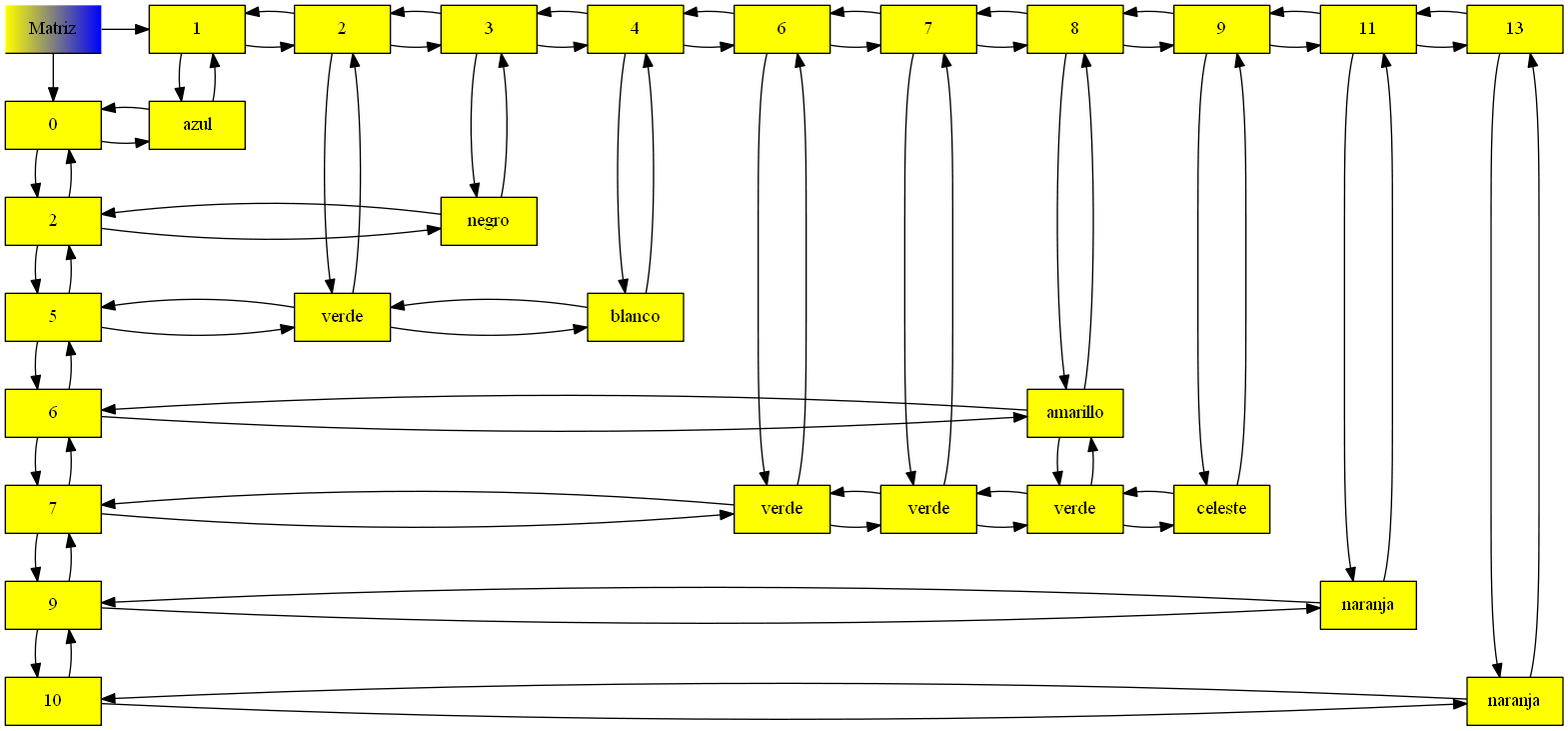
Earlier version of the Graphviz export grafica.png (Tiago-130414/EDD_2S2019_PY1_201313722). Its source is kept beside it as grafica.dot.
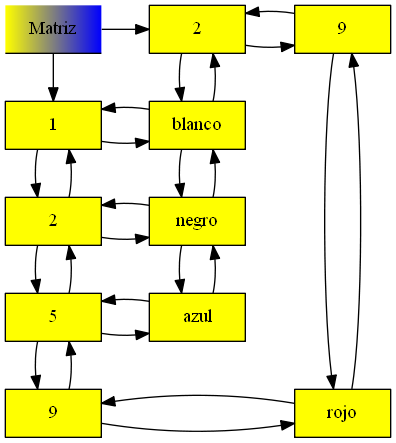
Above is the later version.

What changed in the source:
```diff
@@ -3,127 +3,52 @@
 
 Matriz[width = 1.0 group = "Mt0",  style=filled,shape="underline",fillcolor="yellow:blue" label="Matriz"];
 
-F0[label="0"width = 1.0 style = filled,shape="rectangle", fillcolor = "yellow", group = Mt0] ;
+F1[label="1"width = 1.0 style = filled,shape="rectangle", fillcolor = "yellow", group = Mt0] ;
 F2[label="2"width = 1.0 style = filled,shape="rectangle", fillcolor = "yellow", group = Mt0] ;
 F5[label="5"width = 1.0 style = filled,shape="rectangle", fillcolor = "yellow", group = Mt0] ;
-F6[label="6"width = 1.0 style = filled,shape="rectangle", fillcolor = "yellow", group = Mt0] ;
-F7[label="7"width = 1.0 style = filled,shape="rectangle", fillcolor = "yellow", group = Mt0] ;
 F9[label="9"width = 1.0 style = filled,shape="rectangle", fillcolor = "yellow", group = Mt0] ;
-F10[label="10"width = 1.0 style = filled,shape="rectangle", fillcolor = "yellow", group = Mt0] ;
-F0->F2;
-F2->F0;
+F1->F2;
+F2->F1;
 F2->F5;
 F5->F2;
-F5->F6;
-F6->F5;
-F6->F7;
-F7->F6;
-F7->F9;
-F9->F7;
-F9->F10;
-F10->F9;
+F5->F9;
+F9->F5;
 
-C1[label="1"width = 1.0 style = filled,shape="rectangle", fillcolor = "yellow", group =1] ;
 C2[label="2"width = 1.0 style = filled,shape="rectangle", fillcolor = "yellow", group =2] ;
-C3[label="3"width = 1.0 style = filled,shape="rectangle", fillcolor = "yellow", group =3] ;
-C4[label="4"width = 1.0 style = filled,shape="rectangle", fillcolor = "yellow", group =4] ;
-C6[label="6"width = 1.0 style = filled,shape="rectangle", fillcolor = "yellow", group =6] ;
-C7[label="7"width = 1.0 style = filled,shape="rectangle", fillcolor = "yellow", group =7] ;
-C8[label="8"width = 1.0 style = filled,shape="rectangle", fillcolor = "yellow", group =8] ;
 C9[label="9"width = 1.0 style = filled,shape="rectangle", fillcolor = "yellow", group =9] ;
-C11[label="11"width = 1.0 style = filled,shape="rectangle", fillcolor = "yellow", group =11] ;
-C13[label="13"width = 1.0 style = filled,shape="rectangle", fillcolor = "yellow", group =13] ;
-C1->C2;
-C2->C1;
-C2->C3;
-C3->C2;
-C3->C4;
-C4->C3;
-C4->C6;
-C6->C4;
-C6->C7;
-C7->C6;
-C7->C8;
-C8->C7;
-C8->C9;
-C9->C8;
-C9->C11;
-C11->C9;
-C11->C13;
-C13->C11;
-{rank = same; Matriz;C1;C2;C3;C4;C6;C7;C8;C9;C11;C13}
-Matriz ->C1;
-Matriz ->F0;
+C2->C9;
+C9->C2;
+{rank = same; Matriz;C2;C9}
+Matriz ->C2;
+Matriz ->F1;
 
-01[label="azul"width = 1.0 style = filled,shape="rectangle", fillcolor = "yellow", group =1] ;
-23[label="negro"width = 1.0 style = filled,shape="rectangle", fillcolor = "yellow", group =3] ;
-52[label="verde"width = 1.0 style = filled,shape="rectangle", fillcolor = "yellow", group =2] ;
-68[label="amarillo"width = 1.0 style = filled,shape="rectangle", fillcolor = "yellow", group =8] ;
-76[label="verde"width = 1.0 style = filled,shape="rectangle", fillcolor = "yellow", group =6] ;
-911[label="naranja"width = 1.0 style = filled,shape="rectangle", fillcolor = "yellow", group =11] ;
-1013[label="naranja"width = 1.0 style = filled,shape="rectangle", fillcolor = "yellow", group =13] ;
-F0->01[constraint = false];
-01->F0[constraint = false];
-F2->23[constraint = false];
-23->F2[constraint = false];
+12[label="blanco"width = 1.0 style = filled,shape="rectangle", fillcolor = "yellow", group =2] ;
+22[label="negro"width = 1.0 style = filled,shape="rectangle", fillcolor = "yellow", group =2] ;
+52[label="azul"width = 1.0 style = filled,shape="rectangle", fillcolor = "yellow", group =2] ;
+99[label="rojo"width = 1.0 style = filled,shape="rectangle", fillcolor = "yellow", group =9] ;
+F1->12[constraint = false];
+12->F1[constraint = false];
+F2->22[constraint = false];
+22->F2[constraint = false];
 F5->52[constraint = false];
 52->F5[constraint = false];
-F6->68[constraint = false];
-68->F6[constraint = false];
-F7->76[constraint = false];
-76->F7[constraint = false];
-F9->911[constraint = false];
-911->F9[constraint = false];
-F10->1013[constraint = false];
-1013->F10[constraint = false];
-54[label="blanco"width = 1.0 style = filled,shape="rectangle", fillcolor = "yellow", group =4] ;
-77[label="verde"width = 1.0 style = filled,shape="rectangle", fillcolor = "yellow", group =7] ;
-78[label="verde"width = 1.0 style = filled,shape="rectangle", fillcolor = "yellow", group =8] ;
-79[label="celeste"width = 1.0 style = filled,shape="rectangle", fillcolor = "yellow", group =9] ;
-52->54[constraint = false];
+F9->99[constraint = false];
+99->F9[constraint = false];
 
-54->52[constraint = false];
-76->77[constraint = false];
+{rank = same;F1;12;}
+{rank = same;F2;22;}
+{rank = same;F5;52;}
+{rank = same;F9;99;}
 
-77->76[constraint = false];
-77->78[constraint = false];
+C2->12;
+12->C2;
+C9->99;
+99->C9;
 
-78->77[constraint = false];
-78->79[constraint = false];
-
-79->78[constraint = false];
-
-{rank = same;F0;01;}
-{rank = same;F2;23;}
-{rank = same;F5;52;54;}
-{rank = same;F6;68;}
-{rank = same;F7;76;77;78;79;}
-{rank = same;F9;911;}
-{rank = same;F10;1013;}
-
-C1->01;
-01->C1;
-C2->52;
-52->C2;
-C3->23;
-23->C3;
-C4->54;
-54->C4;
-C6->76;
-76->C6;
-C7->77;
-77->C7;
-C8->68;
-68->C8;
-C9->79;
-79->C9;
-C11->911;
-911->C11;
-C13->1013;
-1013->C13;
-
-68->78
-78->68[constraint = false];
+12->22
+22->12[constraint = false];
+22->52
+52->22[constraint = false];
 
 
 
```
